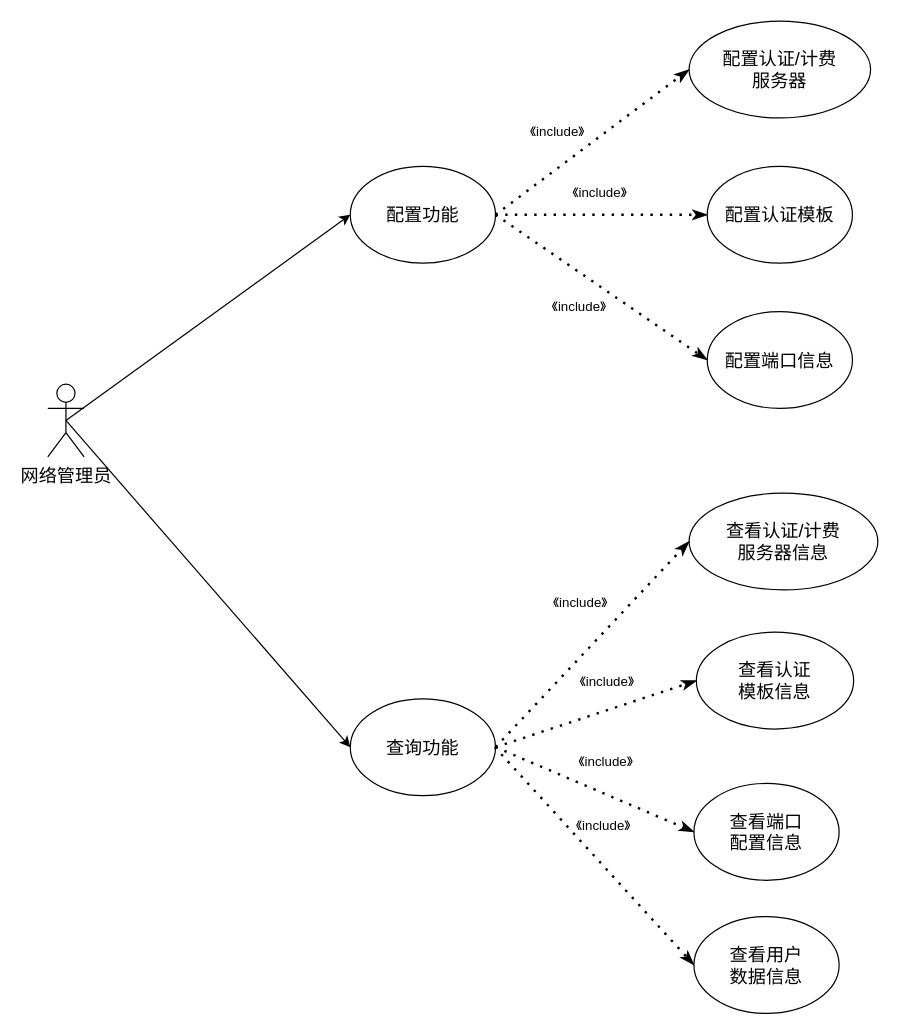
Above: 网络管理员需求分析图.drawio in PATORITU/PATORITU (draw.io), before the change. Source tidied: cells renumbered, new cells numbered last; positions are measured from the earlier drawing's top-left corner, leaving out a move shared by most shapes. Both pictures are drawn from the tidied source at 121%, with x=0, y=0 at pixel (47, 21).
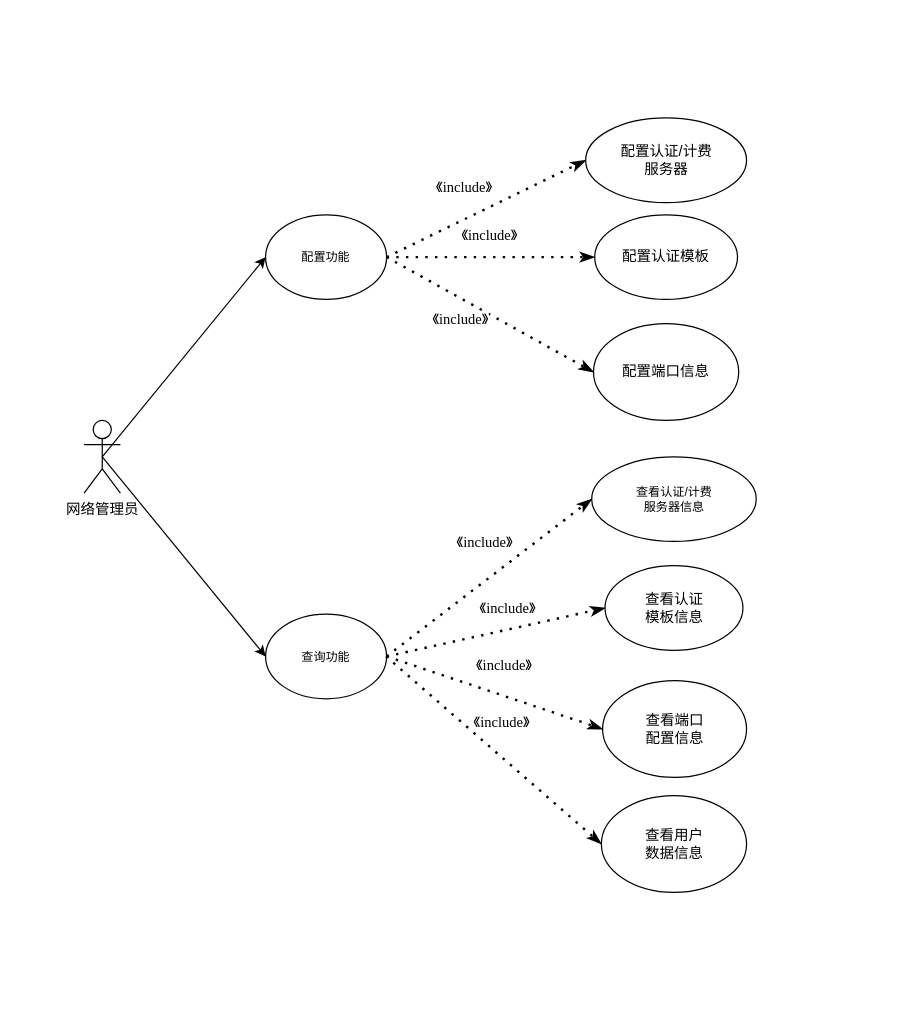
Above is the later version.

Commit message:
更新网络管理员需求分析图.drawio

What changed in the source:
```diff
@@
-    <mxCell id="2" style="rounded=0;jettySize=auto;html=1;exitX=0.5;exitY=0.5;exitDx=0;exitDy=0;exitPerimeter=0;entryX=0;entryY=0.5;entryDx=0;entryDy=0;" parent="1" edge="1" source="4" target="5">
+    <mxCell id="2" style="rounded=0;jettySize=auto;html=1;exitX=0.5;exitY=0.5;exitDx=0;exitDy=0;exitPerimeter=0;entryX=0;entryY=0.5;entryDx=0;entryDy=0;fontFamily=宋体;fontSize=12;" parent="1" edge="1" source="4" target="5">
       <mxGeometry relative="1" as="geometry" />
     </mxCell>
-    <mxCell id="3" style="edgeStyle=none;rounded=0;jettySize=auto;html=1;exitX=0.5;exitY=0.5;exitDx=0;exitDy=0;exitPerimeter=0;entryX=0;entryY=0.5;entryDx=0;entryDy=0;" parent="1" edge="1" source="4" target="6">
+    <mxCell id="3" style="edgeStyle=none;rounded=0;jettySize=auto;html=1;exitX=0.5;exitY=0.5;exitDx=0;exitDy=0;exitPerimeter=0;entryX=0;entryY=0.5;entryDx=0;entryDy=0;fontFamily=宋体;fontSize=12;" parent="1" edge="1" source="4" target="6">
       <mxGeometry relative="1" as="geometry" />
     </mxCell>
-    <mxCell id="4" value="&lt;font style=&quot;font-size: 15px;&quot;&gt;网络管理员&lt;/font&gt;" style="shape=umlActor;verticalLabelPosition=bottom;verticalAlign=top;html=1;outlineConnect=0;" parent="1" vertex="1">
-      <mxGeometry y="300" width="30" height="60" as="geometry" />
+    <mxCell id="4" value="&lt;font style=&quot;font-size: 12px;&quot;&gt;网络管理员&lt;/font&gt;" style="shape=umlActor;verticalLabelPosition=bottom;verticalAlign=top;html=1;outlineConnect=0;fontFamily=宋体;fontSize=12;" parent="1" vertex="1">
+      <mxGeometry x="30" y="330" width="30" height="60" as="geometry" />
     </mxCell>
-    <mxCell id="5" value="&lt;font style=&quot;font-size: 15px;&quot;&gt;配置功能&lt;/font&gt;" style="ellipse;whiteSpace=wrap;html=1;" parent="1" vertex="1">
-      <mxGeometry x="250" y="120" width="120" height="80" as="geometry" />
+    <mxCell id="5" value="&lt;font style=&quot;font-size: 10px;&quot;&gt;配置功能&lt;/font&gt;" style="ellipse;whiteSpace=wrap;html=1;fontFamily=宋体;fontSize=10;" parent="1" vertex="1">
+      <mxGeometry x="180" y="160" width="100" height="70" as="geometry" />
     </mxCell>
-    <mxCell id="6" value="&lt;font style=&quot;font-size: 15px;&quot;&gt;查询功能&lt;/font&gt;" style="ellipse;whiteSpace=wrap;html=1;" parent="1" vertex="1">
-      <mxGeometry x="250" y="560" width="120" height="80" as="geometry" />
+    <mxCell id="6" value="&lt;font style=&quot;font-size: 10px;&quot;&gt;查询功能&lt;/font&gt;" style="ellipse;whiteSpace=wrap;html=1;fontFamily=宋体;fontSize=10;" parent="1" vertex="1">
+      <mxGeometry x="180" y="490" width="100" height="70" as="geometry" />
     </mxCell>
-    <mxCell id="7" value="&lt;font style=&quot;font-size: 15px;&quot;&gt;配置认证/计费&lt;br&gt;服务器&lt;/font&gt;" style="ellipse;whiteSpace=wrap;html=1;flipV=0;" parent="1" vertex="1">
-      <mxGeometry x="530" width="150" height="80" as="geometry" />
+    <mxCell id="7" value="&lt;font style=&quot;font-size: 12px;&quot;&gt;配置认证/计费&lt;br style=&quot;font-size: 12px;&quot;&gt;服务器&lt;/font&gt;" style="ellipse;whiteSpace=wrap;html=1;flipV=0;fontFamily=宋体;fontSize=12;flipH=1;" parent="1" vertex="1">
+      <mxGeometry x="444.5" y="80" width="133" height="70" as="geometry" />
     </mxCell>
-    <mxCell id="8" value="&lt;font style=&quot;font-size: 15px;&quot;&gt;配置认证模板&lt;/font&gt;" style="ellipse;whiteSpace=wrap;html=1;flipV=0;" parent="1" vertex="1">
-      <mxGeometry x="545" y="120" width="120" height="80" as="geometry" />
+    <mxCell id="8" value="&lt;font style=&quot;font-size: 12px;&quot;&gt;配置认证模板&lt;/font&gt;" style="ellipse;whiteSpace=wrap;html=1;flipV=0;fontFamily=宋体;fontSize=12;flipH=1;" parent="1" vertex="1">
+      <mxGeometry x="452" y="160" width="118" height="70" as="geometry" />
     </mxCell>
-    <mxCell id="9" value="&lt;font style=&quot;font-size: 15px;&quot;&gt;配置端口信息&lt;/font&gt;" style="ellipse;whiteSpace=wrap;html=1;flipV=0;" parent="1" vertex="1">
-      <mxGeometry x="545" y="240" width="120" height="80" as="geometry" />
+    <mxCell id="9" value="&lt;font style=&quot;font-size: 12px;&quot;&gt;配置端口信息&lt;/font&gt;" style="ellipse;whiteSpace=wrap;html=1;flipV=0;fontFamily=宋体;fontSize=12;flipH=1;" parent="1" vertex="1">
+      <mxGeometry x="451" y="250" width="120" height="80" as="geometry" />
     </mxCell>
-    <mxCell id="10" value="&lt;font style=&quot;font-size: 15px;&quot;&gt;查看认证/计费&lt;br&gt;服务器信息&lt;/font&gt;" style="ellipse;whiteSpace=wrap;html=1;flipV=0;" parent="1" vertex="1">
-      <mxGeometry x="530" y="390" width="156" height="80" as="geometry" />
+    <mxCell id="10" value="&lt;font style=&quot;font-size: 10px;&quot;&gt;查看认证/计费&lt;br style=&quot;font-size: 10px;&quot;&gt;服务器信息&lt;/font&gt;" style="ellipse;whiteSpace=wrap;html=1;flipV=1;fontFamily=宋体;fontSize=10;" parent="1" vertex="1">
+      <mxGeometry x="449.5" y="360" width="136" height="70" as="geometry" />
     </mxCell>
-    <mxCell id="11" value="&lt;font style=&quot;font-size: 15px;&quot;&gt;查看认证&lt;br&gt;模板信息&lt;/font&gt;" style="ellipse;whiteSpace=wrap;html=1;flipV=0;" parent="1" vertex="1">
-      <mxGeometry x="536" y="505" width="130" height="80" as="geometry" />
+    <mxCell id="11" value="&lt;font style=&quot;font-size: 12px;&quot;&gt;查看认证&lt;br style=&quot;font-size: 12px;&quot;&gt;模板信息&lt;/font&gt;" style="ellipse;whiteSpace=wrap;html=1;flipV=1;fontFamily=宋体;fontSize=12;" parent="1" vertex="1">
+      <mxGeometry x="460.5" y="450" width="114" height="70" as="geometry" />
     </mxCell>
-    <mxCell id="12" value="&lt;font style=&quot;font-size: 15px;&quot;&gt;查看端口&lt;br&gt;配置信息&lt;/font&gt;" style="ellipse;whiteSpace=wrap;html=1;flipV=0;" parent="1" vertex="1">
-      <mxGeometry x="534" y="630" width="120" height="80" as="geometry" />
+    <mxCell id="12" value="&lt;font style=&quot;font-size: 12px;&quot;&gt;查看端口&lt;br style=&quot;font-size: 12px;&quot;&gt;配置信息&lt;/font&gt;" style="ellipse;whiteSpace=wrap;html=1;flipV=1;fontFamily=宋体;fontSize=12;" parent="1" vertex="1">
+      <mxGeometry x="458.5" y="545" width="119" height="80" as="geometry" />
     </mxCell>
-    <mxCell id="13" value="&lt;font style=&quot;font-size: 15px;&quot;&gt;查看用户&lt;br&gt;数据信息&lt;/font&gt;" style="ellipse;whiteSpace=wrap;html=1;flipV=0;" parent="1" vertex="1">
-      <mxGeometry x="534" y="740" width="120" height="80" as="geometry" />
+    <mxCell id="13" value="&lt;font style=&quot;font-size: 12px;&quot;&gt;查看用户&lt;br style=&quot;font-size: 12px;&quot;&gt;数据信息&lt;/font&gt;" style="ellipse;whiteSpace=wrap;html=1;flipV=1;fontFamily=宋体;fontSize=12;" parent="1" vertex="1">
+      <mxGeometry x="457.5" y="640" width="120" height="80" as="geometry" />
     </mxCell>
-    <mxCell id="14" style="endArrow=classicThin;dashed=1;html=1;dashPattern=1 3;strokeWidth=2;rounded=0;exitX=1;exitY=0.5;exitDx=0;exitDy=0;entryX=0;entryY=0.5;entryDx=0;entryDy=0;endFill=1;" parent="1" edge="1" source="5" target="7">
+    <mxCell id="14" style="endArrow=classicThin;dashed=1;html=1;dashPattern=1 3;strokeWidth=2;rounded=0;exitX=1;exitY=0.5;exitDx=0;exitDy=0;entryX=0;entryY=0.5;entryDx=0;entryDy=0;endFill=1;fontFamily=宋体;fontSize=10;" parent="1" edge="1" source="5" target="7">
       <mxGeometry relative="1" as="geometry" />
     </mxCell>
-    <mxCell id="15" value="《include》" style="edgeLabel;html=1;align=center;verticalAlign=middle;" parent="14" vertex="1">
+    <mxCell id="15" value="《include》" style="edgeLabel;html=1;align=center;verticalAlign=middle;fontFamily=Times New Roman;fontSize=12;" parent="14" vertex="1">
       <mxGeometry x="-0.31" y="3" relative="1" as="geometry">
-        <mxPoint x="-3" y="-26" as="offset" />
+        <mxPoint x="8" y="-27" as="offset" />
       </mxGeometry>
     </mxCell>
-    <mxCell id="16" style="endArrow=classicThin;dashed=1;html=1;dashPattern=1 3;strokeWidth=2;rounded=0;exitX=1;exitY=0.5;exitDx=0;exitDy=0;entryX=0;entryY=0.5;entryDx=0;entryDy=0;endFill=1;" parent="1" edge="1" source="5" target="8">
-      <mxGeometry relative="1" as="geometry">
-        <Array as="points">
-          <mxPoint x="370" y="160" />
-        </Array>
-      </mxGeometry>
+    <mxCell id="16" style="endArrow=classicThin;dashed=1;html=1;dashPattern=1 3;strokeWidth=2;rounded=0;exitX=1;exitY=0.5;exitDx=0;exitDy=0;entryX=0;entryY=0.5;entryDx=0;entryDy=0;endFill=1;fontFamily=宋体;fontSize=10;" parent="1" edge="1" source="5" target="8">
+      <mxGeometry relative="1" as="geometry" />
     </mxCell>
-    <mxCell id="17" value="《include》" style="edgeLabel;html=1;align=center;verticalAlign=middle;" parent="16" vertex="1">
+    <mxCell id="17" value="《include》" style="edgeLabel;html=1;align=center;verticalAlign=middle;fontFamily=Times New Roman;fontSize=12;" parent="16" vertex="1">
       <mxGeometry x="-0.13" y="-1" relative="1" as="geometry">
         <mxPoint x="9" y="-20" as="offset" />
       </mxGeometry>
     </mxCell>
-    <mxCell id="18" style="endArrow=classicThin;dashed=1;html=1;dashPattern=1 3;strokeWidth=2;rounded=0;entryX=0;entryY=0.5;entryDx=0;entryDy=0;endFill=1;exitX=1;exitY=0.5;exitDx=0;exitDy=0;" parent="1" edge="1" source="5" target="9">
+    <mxCell id="18" style="endArrow=classicThin;dashed=1;html=1;dashPattern=1 3;strokeWidth=2;rounded=0;entryX=0;entryY=0.5;entryDx=0;entryDy=0;endFill=1;exitX=1;exitY=0.5;exitDx=0;exitDy=0;fontFamily=宋体;fontSize=10;" parent="1" edge="1" source="5" target="9">
       <mxGeometry relative="1" as="geometry" />
     </mxCell>
-    <mxCell id="19" value="《include》" style="edgeLabel;html=1;align=center;verticalAlign=middle;" parent="18" vertex="1">
+    <mxCell id="19" value="《include》" style="edgeLabel;html=1;align=center;verticalAlign=middle;fontFamily=Times New Roman;fontSize=12;" parent="18" vertex="1">
       <mxGeometry x="-0.12" relative="1" as="geometry">
-        <mxPoint x="-8" y="23" as="offset" />
+        <mxPoint x="-15" y="10" as="offset" />
       </mxGeometry>
     </mxCell>
-    <mxCell id="20" style="endArrow=classicThin;dashed=1;html=1;dashPattern=1 3;strokeWidth=2;rounded=0;exitX=1;exitY=0.5;exitDx=0;exitDy=0;entryX=0;entryY=0.5;entryDx=0;entryDy=0;endFill=1;" parent="1" edge="1" source="6">
-      <mxGeometry relative="1" as="geometry">
-        <mxPoint x="530" y="430" as="targetPoint" />
-      </mxGeometry>
+    <mxCell id="20" style="endArrow=classicThin;dashed=1;html=1;dashPattern=1 3;strokeWidth=2;rounded=0;exitX=1;exitY=0.5;exitDx=0;exitDy=0;entryX=0;entryY=0.5;entryDx=0;entryDy=0;endFill=1;fontFamily=宋体;fontSize=10;" parent="1" edge="1" source="6" target="10">
+      <mxGeometry relative="1" as="geometry" />
     </mxCell>
-    <mxCell id="21" value="《include》" style="edgeLabel;html=1;align=center;verticalAlign=middle;" parent="20" vertex="1">
+    <mxCell id="21" value="《include》" style="edgeLabel;html=1;align=center;verticalAlign=middle;fontFamily=Times New Roman;fontSize=12;" parent="20" vertex="1">
       <mxGeometry x="-0.13" y="-1" relative="1" as="geometry">
-        <mxPoint x="-1" y="-46" as="offset" />
+        <mxPoint x="6" y="-39" as="offset" />
       </mxGeometry>
     </mxCell>
-    <mxCell id="22" style="endArrow=classicThin;dashed=1;html=1;dashPattern=1 3;strokeWidth=2;rounded=0;entryX=0;entryY=0.5;entryDx=0;entryDy=0;endFill=1;" parent="1" edge="1" target="11">
-      <mxGeometry relative="1" as="geometry">
-        <mxPoint x="370" y="600" as="sourcePoint" />
-      </mxGeometry>
+    <mxCell id="22" style="endArrow=classicThin;dashed=1;html=1;dashPattern=1 3;strokeWidth=2;rounded=0;entryX=0;entryY=0.5;entryDx=0;entryDy=0;endFill=1;fontFamily=宋体;fontSize=10;exitX=1;exitY=0.5;exitDx=0;exitDy=0;" parent="1" edge="1" source="6" target="11">
+      <mxGeometry relative="1" as="geometry" />
     </mxCell>
-    <mxCell id="23" value="《include》" style="edgeLabel;html=1;align=center;verticalAlign=middle;" parent="22" vertex="1">
+    <mxCell id="23" value="《include》" style="edgeLabel;html=1;align=center;verticalAlign=middle;fontFamily=Times New Roman;fontSize=12;" parent="22" vertex="1">
       <mxGeometry x="-0.13" y="-1" relative="1" as="geometry">
-        <mxPoint x="19" y="-32" as="offset" />
+        <mxPoint x="21" y="-23" as="offset" />
       </mxGeometry>
     </mxCell>
-    <mxCell id="24" style="endArrow=classicThin;dashed=1;html=1;dashPattern=1 3;strokeWidth=2;rounded=0;entryX=0;entryY=0.5;entryDx=0;entryDy=0;endFill=1;" parent="1" edge="1" target="12">
-      <mxGeometry relative="1" as="geometry">
-        <mxPoint x="370" y="600" as="sourcePoint" />
-      </mxGeometry>
+    <mxCell id="24" style="endArrow=classicThin;dashed=1;html=1;dashPattern=1 3;strokeWidth=2;rounded=0;entryX=0;entryY=0.5;entryDx=0;entryDy=0;endFill=1;fontFamily=宋体;fontSize=10;exitX=1;exitY=0.5;exitDx=0;exitDy=0;" parent="1" edge="1" source="6" target="12">
+      <mxGeometry relative="1" as="geometry" />
     </mxCell>
-    <mxCell id="25" value="《include》" style="edgeLabel;html=1;align=center;verticalAlign=middle;" parent="24" vertex="1">
+    <mxCell id="25" value="《include》" style="edgeLabel;html=1;align=center;verticalAlign=middle;fontFamily=Times New Roman;fontSize=12;" parent="24" vertex="1">
       <mxGeometry x="-0.13" y="-1" relative="1" as="geometry">
         <mxPoint x="19" y="-20" as="offset" />
       </mxGeometry>
     </mxCell>
-    <mxCell id="26" style="endArrow=classicThin;dashed=1;html=1;dashPattern=1 3;strokeWidth=2;rounded=0;exitX=0.995;exitY=0.499;exitDx=0;exitDy=0;exitPerimeter=0;entryX=0;entryY=0.5;entryDx=0;entryDy=0;endFill=1;" parent="1" edge="1" source="6" target="13">
+    <mxCell id="26" style="endArrow=classicThin;dashed=1;html=1;dashPattern=1 3;strokeWidth=2;rounded=0;exitX=0.995;exitY=0.499;exitDx=0;exitDy=0;exitPerimeter=0;entryX=0;entryY=0.5;entryDx=0;entryDy=0;endFill=1;fontFamily=宋体;fontSize=10;" parent="1" edge="1" source="6" target="13">
       <mxGeometry relative="1" as="geometry" />
     </mxCell>
-    <mxCell id="27" value="《include》" style="edgeLabel;html=1;align=center;verticalAlign=middle;" parent="26" vertex="1">
+    <mxCell id="27" value="《include》" style="edgeLabel;html=1;align=center;verticalAlign=middle;fontFamily=Times New Roman;fontSize=12;" parent="26" vertex="1">
       <mxGeometry x="-0.13" y="-1" relative="1" as="geometry">
         <mxPoint x="18" y="-14" as="offset" />
       </mxGeometry>
     </mxCell>
```
